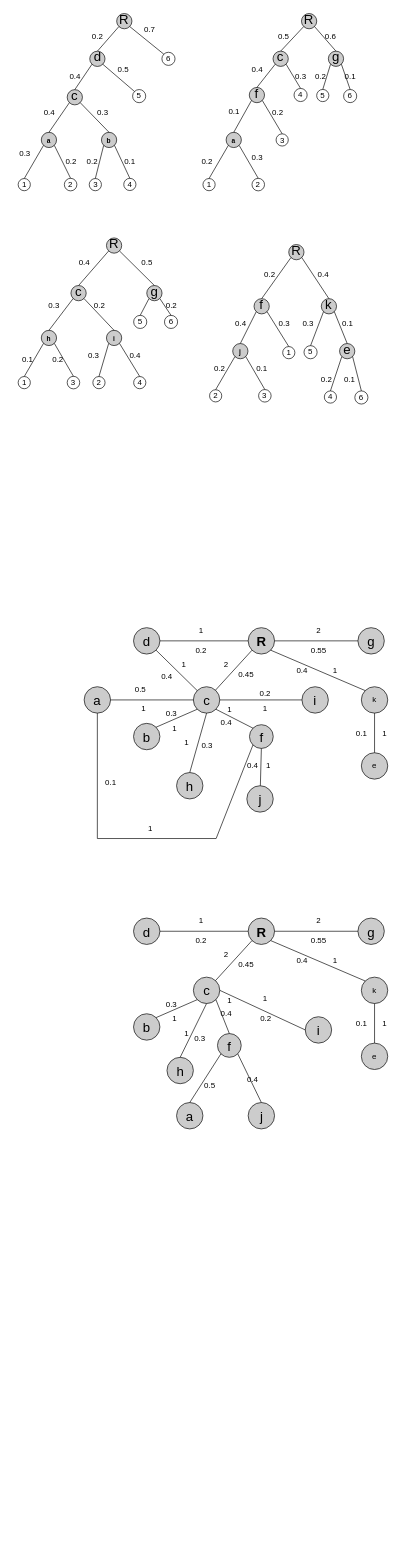
Above: img/Fig5.drawio in tahiri-lab/PrismTree (draw.io), before the change. Source tidied: cells renumbered, new cells numbered last; positions are measured from the earlier drawing's top-left corner, leaving out a move shared by most shapes. Both pictures are drawn from the tidied source at 66%, with x=0, y=0 at pixel (11, 13).
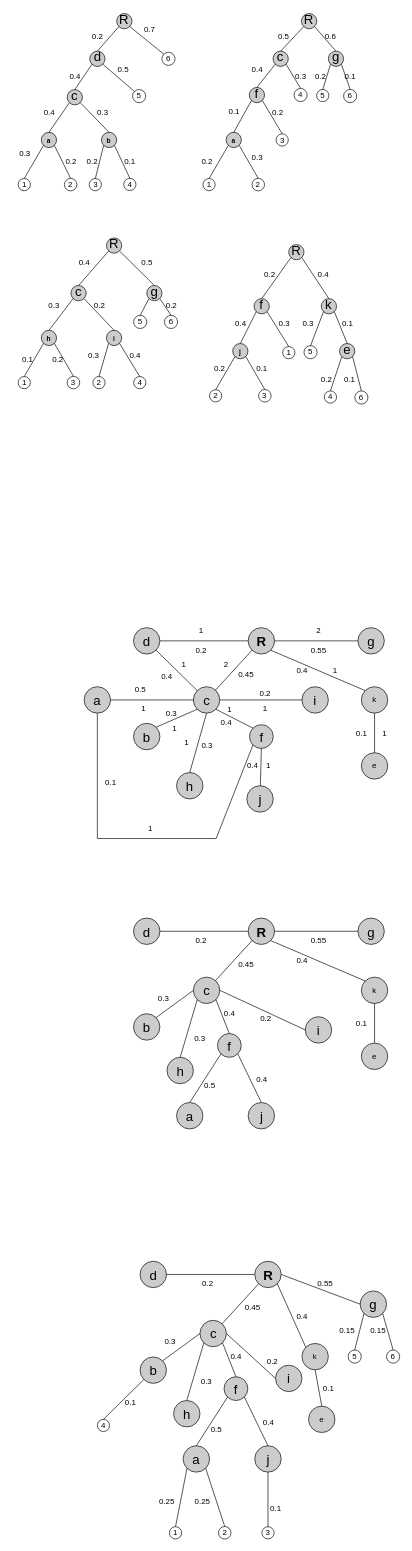
After the change.

The change refers to these unchanged cells:
```xml
<mxCell id="185" value="b" style="ellipse;whiteSpace=wrap;html=1;fontSize=20;fillColor=#cccccc;" parent="181" vertex="1">
  <mxGeometry x="74.8" y="155.5" width="40" height="40" as="geometry" />
</mxCell>
<mxCell id="190" value="h" style="ellipse;whiteSpace=wrap;html=1;fontSize=20;fillColor=#CCCCCC;" parent="181" vertex="1">
  <mxGeometry x="125.5" y="221.5" width="40" height="40" as="geometry" />
</mxCell>
<mxCell id="191" value="c" style="ellipse;whiteSpace=wrap;html=1;fontSize=20;fillColor=#CCCCCC;" parent="181" vertex="1">
  <mxGeometry x="165.5" y="100" width="40" height="40" as="geometry" />
</mxCell>
```

The edit, as a diff of the source:
```diff
@@
     <mxCell id="181" style="group;" parent="1" vertex="1">
-      <mxGeometry x="110" y="1360" width="470" height="330" as="geometry" />
+      <mxGeometry x="110" y="1360" width="480" height="330" as="geometry" />
     </mxCell>
@@
-    <mxCell id="196" style="endArrow=none;html=1;rounded=0;exitX=1;exitY=0;exitDx=0;exitDy=0;entryX=0;entryY=1;entryDx=0;entryDy=0;" parent="181" edge="1" source="185" target="191">
+    <mxCell id="196" style="endArrow=none;html=1;rounded=0;exitX=1;exitY=0;exitDx=0;exitDy=0;entryX=0;entryY=0.5;entryDx=0;entryDy=0;" parent="181" edge="1" source="185" target="191">
       <mxGeometry relative="1" as="geometry" />
     </mxCell>
@@
-    <mxCell id="199" style="endArrow=none;html=1;rounded=0;entryX=0.5;entryY=0;entryDx=0;entryDy=0;exitX=0.5;exitY=1;exitDx=0;exitDy=0;" parent="181" edge="1" source="191" target="190">
+    <mxCell id="199" style="endArrow=none;html=1;rounded=0;entryX=0.5;entryY=0;entryDx=0;entryDy=0;exitX=0;exitY=1;exitDx=0;exitDy=0;" parent="181" edge="1" source="191" target="190">
       <mxGeometry relative="1" as="geometry" />
     </mxCell>
@@
-    <mxCell id="203" value="1" style="text;html=1;align=center;verticalAlign=middle;strokeColor=none;fillColor=none;" parent="181" vertex="1">
-      <mxGeometry x="161.7" width="30" height="30" as="geometry" />
-    </mxCell>
-    <mxCell id="204" value="1" style="text;html=1;align=center;verticalAlign=middle;strokeColor=none;fillColor=none;" parent="181" vertex="1">
-      <mxGeometry x="140" y="170" width="30" height="30" as="geometry" />
-    </mxCell>
-    <mxCell id="205" value="1" style="text;html=1;align=center;verticalAlign=middle;strokeColor=none;fillColor=none;" parent="181" vertex="1">
-      <mxGeometry x="365" y="60" width="30" height="30" as="geometry" />
-    </mxCell>
-    <mxCell id="206" value="1" style="text;html=1;align=center;verticalAlign=middle;strokeColor=none;fillColor=none;" parent="181" vertex="1">
-      <mxGeometry x="258.5" y="118" width="30" height="30" as="geometry" />
-    </mxCell>
-    <mxCell id="207" value="1" style="text;html=1;align=center;verticalAlign=middle;strokeColor=none;fillColor=none;" parent="181" vertex="1">
-      <mxGeometry x="440" y="155.5" width="30" height="30" as="geometry" />
-    </mxCell>
-    <mxCell id="208" value="2" style="text;html=1;align=center;verticalAlign=middle;strokeColor=none;fillColor=none;" parent="181" vertex="1">
-      <mxGeometry x="340" width="30" height="30" as="geometry" />
-    </mxCell>
@@
-    <mxCell id="211" value="2" style="text;html=1;align=center;verticalAlign=middle;strokeColor=none;fillColor=none;" parent="181" vertex="1">
-      <mxGeometry x="200" y="50.5" width="30" height="30" as="geometry" />
-    </mxCell>
@@
     <mxCell id="213" value="0.3" style="text;html=1;align=center;verticalAlign=middle;strokeColor=none;fillColor=none;" parent="181" vertex="1">
-      <mxGeometry x="111.7" y="125.5" width="40" height="30" as="geometry" />
+      <mxGeometry x="100" y="118" width="40" height="30" as="geometry" />
     </mxCell>
     <mxCell id="214" value="0.4" style="text;html=1;align=center;verticalAlign=middle;strokeColor=none;fillColor=none;" parent="181" vertex="1">
-      <mxGeometry x="195" y="140" width="40" height="30" as="geometry" />
+      <mxGeometry x="200" y="140" width="40" height="30" as="geometry" />
     </mxCell>
@@
     <mxCell id="216" value="0.4" style="text;html=1;align=center;verticalAlign=middle;strokeColor=none;fillColor=none;" parent="181" vertex="1">
-      <mxGeometry x="235" y="240" width="40" height="30" as="geometry" />
+      <mxGeometry x="248.5" y="240" width="40" height="30" as="geometry" />
     </mxCell>
@@
-    <mxCell id="222" value="1" style="text;html=1;align=center;verticalAlign=middle;strokeColor=none;fillColor=none;" parent="181" vertex="1">
-      <mxGeometry x="205" y="120" width="30" height="30" as="geometry" />
-    </mxCell>
-    <mxCell id="223" value="1" style="text;html=1;align=center;verticalAlign=middle;strokeColor=none;fillColor=none;" parent="181" vertex="1">
-      <mxGeometry x="121.7" y="148" width="30" height="30" as="geometry" />
-    </mxCell>
@@
+    <mxCell id="225" style="group;" parent="1" vertex="1">
+      <mxGeometry x="130" y="1890.5" width="458.1" height="420.9" as="geometry" />
+    </mxCell>
+    <mxCell id="226" value="1" style="ellipse;whiteSpace=wrap;html=1;fontSize=12;" parent="225" vertex="1">
+      <mxGeometry x="109.2" y="402.2" width="18.5" height="18.5" as="geometry" />
+    </mxCell>
+    <mxCell id="227" value="3" style="ellipse;whiteSpace=wrap;html=1;fontSize=12;" parent="225" vertex="1">
+      <mxGeometry x="249.3" y="402.2" width="18.5" height="18.5" as="geometry" />
+    </mxCell>
+    <mxCell id="228" value="2" style="ellipse;whiteSpace=wrap;html=1;fontSize=12;" parent="225" vertex="1">
+      <mxGeometry x="183.5" y="401.9" width="19" height="19" as="geometry" />
+    </mxCell>
+    <mxCell id="229" style="endArrow=none;html=1;rounded=0;entryX=0;entryY=1;entryDx=0;entryDy=0;exitX=0.5;exitY=0;exitDx=0;exitDy=0;" parent="225" edge="1" source="226" target="238">
+      <mxGeometry relative="1" as="geometry" />
+    </mxCell>
+    <mxCell id="230" style="endArrow=none;html=1;rounded=0;exitX=0.5;exitY=0;exitDx=0;exitDy=0;entryX=1;entryY=1;entryDx=0;entryDy=0;" parent="225" edge="1" source="228" target="238">
+      <mxGeometry relative="1" as="geometry" />
+    </mxCell>
+    <mxCell id="231" style="endArrow=none;html=1;rounded=0;entryX=0.5;entryY=1;entryDx=0;entryDy=0;exitX=0.5;exitY=0;exitDx=0;exitDy=0;" parent="225" edge="1" source="227" target="239">
+      <mxGeometry relative="1" as="geometry" />
+    </mxCell>
+    <mxCell id="232" value="d" style="ellipse;whiteSpace=wrap;html=1;fontSize=20;fillColor=#CCCCCC;" parent="225" vertex="1">
+      <mxGeometry x="64.7" width="40" height="40" as="geometry" />
+    </mxCell>
+    <mxCell id="233" value="g" style="ellipse;whiteSpace=wrap;html=1;fontSize=20;fillColor=#CCCCCC;" parent="225" vertex="1">
+      <mxGeometry x="398.2" y="45" width="40" height="40" as="geometry" />
+    </mxCell>
+    <mxCell id="234" value="&lt;b&gt;R&lt;br&gt;&lt;/b&gt;" style="ellipse;whiteSpace=wrap;html=1;fontSize=20;fillColor=#CCCCCC;" parent="225" vertex="1">
+      <mxGeometry x="238.5" width="40" height="40" as="geometry" />
+    </mxCell>
+    <mxCell id="235" value="b" style="ellipse;whiteSpace=wrap;html=1;fontSize=20;fillColor=#cccccc;" parent="225" vertex="1">
+      <mxGeometry x="64.7" y="145" width="40" height="40" as="geometry" />
+    </mxCell>
+    <mxCell id="236" value="f" style="ellipse;whiteSpace=wrap;html=1;fontSize=20;fillColor=#CCCCCC;" parent="225" vertex="1">
+      <mxGeometry x="192" y="175" width="36" height="36" as="geometry" />
+    </mxCell>
+    <mxCell id="237" value="i" style="ellipse;whiteSpace=wrap;html=1;fontSize=20;fillColor=#cccccc;" parent="225" vertex="1">
+      <mxGeometry x="270" y="157.5" width="40" height="40" as="geometry" />
+    </mxCell>
+    <mxCell id="238" value="a" style="ellipse;whiteSpace=wrap;html=1;fontSize=20;fillColor=#cccccc;" parent="225" vertex="1">
+      <mxGeometry x="130" y="279.5" width="40" height="40" as="geometry" />
+    </mxCell>
+    <mxCell id="239" value="j" style="ellipse;whiteSpace=wrap;html=1;fontSize=20;fillColor=#cccccc;" parent="225" vertex="1">
+      <mxGeometry x="238.5" y="279.5" width="40" height="40" as="geometry" />
+    </mxCell>
+    <mxCell id="240" value="h" style="ellipse;whiteSpace=wrap;html=1;fontSize=20;fillColor=#CCCCCC;" parent="225" vertex="1">
+      <mxGeometry x="115.5" y="211" width="40" height="40" as="geometry" />
+    </mxCell>
+    <mxCell id="241" value="c" style="ellipse;whiteSpace=wrap;html=1;fontSize=20;fillColor=#CCCCCC;" parent="225" vertex="1">
+      <mxGeometry x="155.5" y="89.5" width="40" height="40" as="geometry" />
+    </mxCell>
+    <mxCell id="242" style="endArrow=none;html=1;rounded=0;entryX=1;entryY=0.5;entryDx=0;entryDy=0;exitX=0;exitY=0.5;exitDx=0;exitDy=0;" parent="225" edge="1" source="234" target="232">
+      <mxGeometry relative="1" as="geometry" />
+    </mxCell>
+    <mxCell id="243" style="endArrow=none;html=1;rounded=0;entryX=0;entryY=0.5;entryDx=0;entryDy=0;exitX=1;exitY=0.5;exitDx=0;exitDy=0;" parent="225" edge="1" source="234" target="233">
+      <mxGeometry relative="1" as="geometry" />
+    </mxCell>
+    <mxCell id="244" style="endArrow=none;html=1;rounded=0;entryX=1;entryY=0.5;entryDx=0;entryDy=0;exitX=0;exitY=0.5;exitDx=0;exitDy=0;" parent="225" edge="1" source="237" target="241">
+      <mxGeometry relative="1" as="geometry" />
+    </mxCell>
+    <mxCell id="245" style="endArrow=none;html=1;rounded=0;exitX=0;exitY=1;exitDx=0;exitDy=0;entryX=0.835;entryY=0.133;entryDx=0;entryDy=0;entryPerimeter=0;" parent="225" edge="1" source="234" target="241">
+      <mxGeometry relative="1" as="geometry" />
+    </mxCell>
+    <mxCell id="246" style="endArrow=none;html=1;rounded=0;exitX=1;exitY=0;exitDx=0;exitDy=0;entryX=0;entryY=0.5;entryDx=0;entryDy=0;" parent="225" edge="1" source="235" target="241">
+      <mxGeometry relative="1" as="geometry" />
+    </mxCell>
+    <mxCell id="247" style="endArrow=none;html=1;rounded=0;entryX=1;entryY=1;entryDx=0;entryDy=0;exitX=0.5;exitY=0;exitDx=0;exitDy=0;" parent="225" edge="1" source="236" target="241">
+      <mxGeometry relative="1" as="geometry" />
+    </mxCell>
+    <mxCell id="248" style="endArrow=none;html=1;rounded=0;exitX=1;exitY=1;exitDx=0;exitDy=0;entryX=0.5;entryY=0;entryDx=0;entryDy=0;" parent="225" edge="1" source="236" target="239">
+      <mxGeometry relative="1" as="geometry" />
+    </mxCell>
+    <mxCell id="249" style="endArrow=none;html=1;rounded=0;entryX=0.5;entryY=0;entryDx=0;entryDy=0;exitX=0;exitY=1;exitDx=0;exitDy=0;" parent="225" edge="1" source="241" target="240">
+      <mxGeometry relative="1" as="geometry" />
+    </mxCell>
+    <mxCell id="250" value="k" style="ellipse;whiteSpace=wrap;html=1;fillColor=#CCCCCC;" parent="225" vertex="1">
+      <mxGeometry x="310" y="124.5" width="40" height="40" as="geometry" />
+    </mxCell>
+    <mxCell id="251" style="endArrow=none;html=1;rounded=0;entryX=0;entryY=1;entryDx=0;entryDy=0;exitX=0.5;exitY=0;exitDx=0;exitDy=0;" parent="225" edge="1" source="238" target="236">
+      <mxGeometry relative="1" as="geometry" />
+    </mxCell>
+    <mxCell id="252" value="e" style="ellipse;whiteSpace=wrap;html=1;fillColor=#CCCCCC;" parent="225" vertex="1">
+      <mxGeometry x="320" y="219.5" width="40" height="40" as="geometry" />
+    </mxCell>
+    <mxCell id="253" style="endArrow=none;html=1;rounded=0;entryX=1;entryY=1;entryDx=0;entryDy=0;exitX=0;exitY=0;exitDx=0;exitDy=0;" parent="225" edge="1" source="250" target="234">
+      <mxGeometry relative="1" as="geometry" />
+    </mxCell>
+    <mxCell id="254" style="endArrow=none;html=1;rounded=0;entryX=0.5;entryY=1;entryDx=0;entryDy=0;exitX=0.5;exitY=0;exitDx=0;exitDy=0;" parent="225" edge="1" source="252" target="250">
+      <mxGeometry relative="1" as="geometry" />
+    </mxCell>
+    <mxCell id="255" value="0.5" style="text;html=1;align=center;verticalAlign=middle;strokeColor=none;fillColor=none;" parent="225" vertex="1">
+      <mxGeometry x="160" y="239.5" width="40" height="30" as="geometry" />
+    </mxCell>
+    <mxCell id="256" value="0.3" style="text;html=1;align=center;verticalAlign=middle;strokeColor=none;fillColor=none;" parent="225" vertex="1">
+      <mxGeometry x="90" y="107.5" width="40" height="30" as="geometry" />
+    </mxCell>
+    <mxCell id="257" value="0.4" style="text;html=1;align=center;verticalAlign=middle;strokeColor=none;fillColor=none;" parent="225" vertex="1">
+      <mxGeometry x="190" y="129.5" width="40" height="30" as="geometry" />
+    </mxCell>
+    <mxCell id="258" value="0.3" style="text;html=1;align=center;verticalAlign=middle;strokeColor=none;fillColor=none;" parent="225" vertex="1">
+      <mxGeometry x="145" y="167.5" width="40" height="30" as="geometry" />
+    </mxCell>
+    <mxCell id="259" value="0.4" style="text;html=1;align=center;verticalAlign=middle;strokeColor=none;fillColor=none;" parent="225" vertex="1">
+      <mxGeometry x="238.5" y="229.5" width="40" height="30" as="geometry" />
+    </mxCell>
+    <mxCell id="260" value="0.2" style="text;html=1;align=center;verticalAlign=middle;strokeColor=none;fillColor=none;" parent="225" vertex="1">
+      <mxGeometry x="245" y="137.5" width="40" height="30" as="geometry" />
+    </mxCell>
+    <mxCell id="261" value="0.4" style="text;html=1;align=center;verticalAlign=middle;strokeColor=none;fillColor=none;" parent="225" vertex="1">
+      <mxGeometry x="290" y="69.5" width="40" height="30" as="geometry" />
+    </mxCell>
+    <mxCell id="262" value="0.1" style="text;html=1;align=center;verticalAlign=middle;strokeColor=none;fillColor=none;" parent="225" vertex="1">
+      <mxGeometry x="330" y="178" width="40" height="30" as="geometry" />
+    </mxCell>
+    <mxCell id="263" value="0.45" style="text;html=1;align=center;verticalAlign=middle;strokeColor=none;fillColor=none;" parent="225" vertex="1">
+      <mxGeometry x="210" y="55" width="50" height="30" as="geometry" />
+    </mxCell>
+    <mxCell id="264" value="0.55" style="text;html=1;align=center;verticalAlign=middle;strokeColor=none;fillColor=none;" parent="225" vertex="1">
+      <mxGeometry x="320" y="19.5" width="50" height="30" as="geometry" />
+    </mxCell>
+    <mxCell id="265" value="0.2" style="text;html=1;align=center;verticalAlign=middle;strokeColor=none;fillColor=none;" parent="225" vertex="1">
+      <mxGeometry x="146.7" y="19.5" width="40" height="30" as="geometry" />
+    </mxCell>
+    <mxCell id="266" value="4" style="ellipse;whiteSpace=wrap;html=1;fontSize=12;" parent="225" vertex="1">
+      <mxGeometry y="239.5" width="18.5" height="18.5" as="geometry" />
+    </mxCell>
+    <mxCell id="267" style="endArrow=none;html=1;rounded=0;entryX=0;entryY=1;entryDx=0;entryDy=0;exitX=0.5;exitY=0;exitDx=0;exitDy=0;" parent="225" edge="1" source="266" target="235">
+      <mxGeometry relative="1" as="geometry" />
+    </mxCell>
+    <mxCell id="268" value="5" style="ellipse;whiteSpace=wrap;html=1;fontSize=12;" parent="225" vertex="1">
+      <mxGeometry x="380" y="134.5" width="19.9" height="19.9" as="geometry" />
+    </mxCell>
+    <mxCell id="269" value="6" style="ellipse;whiteSpace=wrap;html=1;fontSize=12;" parent="225" vertex="1">
+      <mxGeometry x="438.2" y="134.5" width="19.9" height="19.9" as="geometry" />
+    </mxCell>
+    <mxCell id="270" style="endArrow=none;html=1;rounded=0;entryX=0;entryY=1;entryDx=0;entryDy=0;exitX=0.5;exitY=0;exitDx=0;exitDy=0;" parent="225" edge="1" source="268" target="233">
+      <mxGeometry relative="1" as="geometry" />
+    </mxCell>
+    <mxCell id="271" style="endArrow=none;html=1;rounded=0;entryX=1;entryY=1;entryDx=0;entryDy=0;exitX=0.5;exitY=0;exitDx=0;exitDy=0;" parent="225" edge="1" source="269" target="233">
+      <mxGeometry relative="1" as="geometry" />
+    </mxCell>
+    <mxCell id="272" value="0.1" style="text;html=1;align=center;verticalAlign=middle;strokeColor=none;fillColor=none;" parent="225" vertex="1">
+      <mxGeometry x="250" y="359.5" width="40" height="30" as="geometry" />
+    </mxCell>
+    <mxCell id="273" value="0.1" style="text;html=1;align=center;verticalAlign=middle;strokeColor=none;fillColor=none;" parent="225" vertex="1">
+      <mxGeometry x="30" y="199.5" width="40" height="30" as="geometry" />
+    </mxCell>
+    <mxCell id="274" value="0.15" style="text;html=1;align=center;verticalAlign=middle;strokeColor=none;fillColor=none;" parent="225" vertex="1">
+      <mxGeometry x="353.2" y="89.5" width="50" height="30" as="geometry" />
+    </mxCell>
+    <mxCell id="275" value="0.15" style="text;html=1;align=center;verticalAlign=middle;strokeColor=none;fillColor=none;" parent="225" vertex="1">
+      <mxGeometry x="399.9" y="89.5" width="50" height="30" as="geometry" />
+    </mxCell>
+    <mxCell id="276" value="0.25" style="text;html=1;align=center;verticalAlign=middle;strokeColor=none;fillColor=none;" parent="225" vertex="1">
+      <mxGeometry x="80" y="349.5" width="50" height="30" as="geometry" />
+    </mxCell>
+    <mxCell id="277" value="0.25" style="text;html=1;align=center;verticalAlign=middle;strokeColor=none;fillColor=none;" parent="225" vertex="1">
+      <mxGeometry x="133.5" y="349.5" width="50" height="30" as="geometry" />
+    </mxCell>
```
